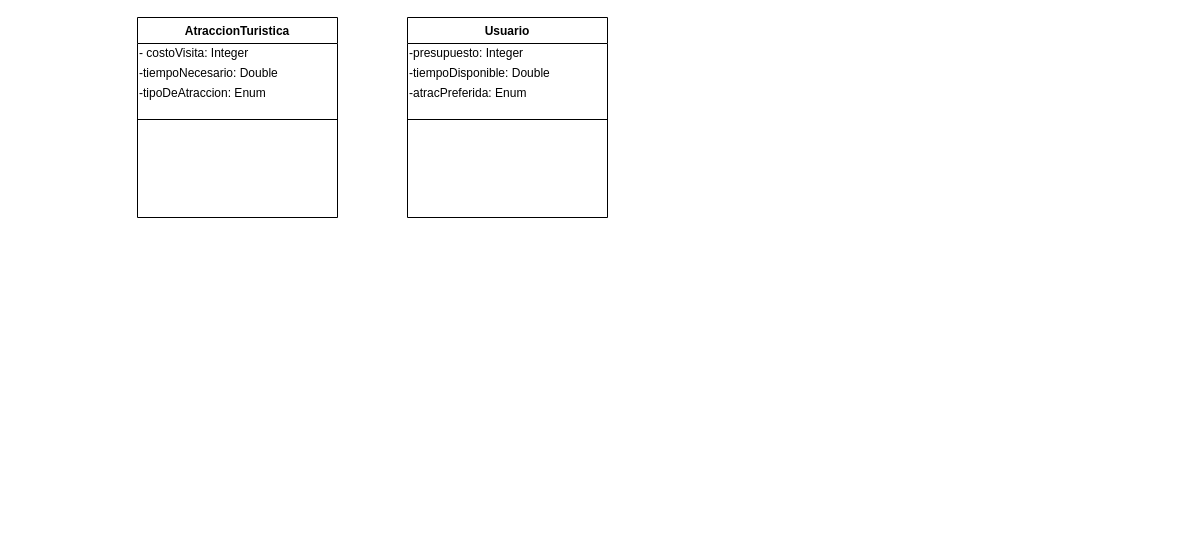
Before: ParqueDeAtracciones.drawio in daidaros08/daidaros08, a draw.io diagram. Source tidied: cells renumbered, new cells numbered last; positions are measured from the earlier drawing's top-left corner, leaving out a move shared by most shapes. Both pictures are drawn from the tidied source at 100%, with x=0, y=0 at pixel (137, 17).
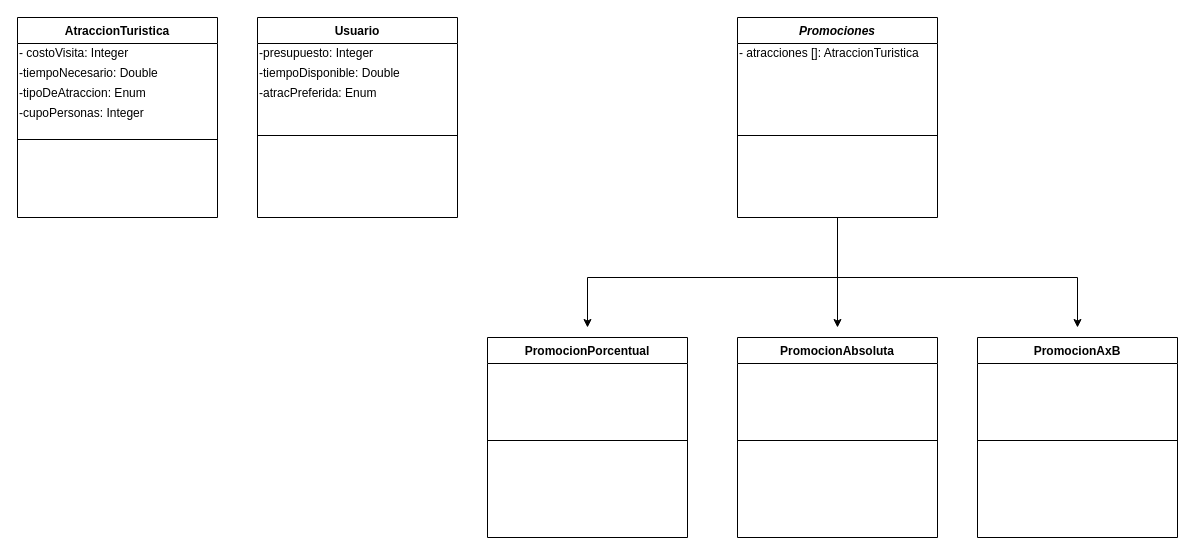
The same page after the edit.

Diff of the diagram source:
```diff
@@
     <mxCell id="2" value="AtraccionTuristica&#10;" style="swimlane;fontStyle=1;align=center;verticalAlign=top;horizontal=1;startSize=26;rounded=0;shadow=0;strokeWidth=1;fillColor=#FFFFFF;swimlaneFillColor=#ffffff;" parent="1" vertex="1">
-      <mxGeometry width="200" height="200" as="geometry" />
+      <mxGeometry x="-120" width="200" height="200" as="geometry" />
     </mxCell>
@@
+    <mxCell id="12" value="-cupoPersonas: Integer" style="text;html=1;strokeColor=none;fillColor=none;align=left;verticalAlign=middle;whiteSpace=wrap;rounded=0;" parent="2" vertex="1">
+      <mxGeometry y="86" width="200" height="20" as="geometry" />
+    </mxCell>
     <mxCell id="6" style="line;html=1;strokeWidth=1;align=left;verticalAlign=middle;spacingTop=-1;spacingLeft=3;spacingRight=3;labelPosition=right;" parent="2" vertex="1">
-      <mxGeometry y="86" width="200" height="32" as="geometry" />
+      <mxGeometry y="106" width="200" height="32" as="geometry" />
     </mxCell>
     <mxCell id="7" value="Usuario" style="swimlane;fontStyle=1;align=center;verticalAlign=top;horizontal=1;startSize=26;rounded=0;shadow=0;strokeWidth=1;fillColor=#FFFFFF;swimlaneFillColor=#ffffff;" parent="1" vertex="1">
-      <mxGeometry x="270" width="200" height="200" as="geometry" />
+      <mxGeometry x="120" width="200" height="200" as="geometry" />
     </mxCell>
@@
     <mxCell id="11" style="line;html=1;strokeWidth=1;align=left;verticalAlign=middle;spacingTop=-1;spacingLeft=3;spacingRight=3;labelPosition=right;" parent="7" vertex="1">
-      <mxGeometry y="86" width="200" height="32" as="geometry" />
+      <mxGeometry y="86" width="200" height="64" as="geometry" />
     </mxCell>
+    <mxCell id="13" style="edgeStyle=orthogonalEdgeStyle;rounded=0;jettySize=auto;html=1;exitX=0.5;exitY=1;exitDx=0;exitDy=0;" parent="1" edge="1" source="15">
+      <mxGeometry relative="1" as="geometry">
+        <mxPoint x="940" y="310" as="targetPoint" />
+        <Array as="points">
+          <mxPoint x="700" y="260" />
+          <mxPoint x="940" y="260" />
+        </Array>
+      </mxGeometry>
+    </mxCell>
+    <mxCell id="14" style="edgeStyle=orthogonalEdgeStyle;rounded=0;jettySize=auto;html=1;exitX=0.5;exitY=1;exitDx=0;exitDy=0;" parent="1" edge="1" source="15">
+      <mxGeometry relative="1" as="geometry">
+        <mxPoint x="700" y="310" as="targetPoint" />
+      </mxGeometry>
+    </mxCell>
+    <mxCell id="15" value="Promociones" style="swimlane;fontStyle=3;align=center;verticalAlign=top;horizontal=1;startSize=26;rounded=0;shadow=0;strokeWidth=1;fillColor=#FFFFFF;swimlaneFillColor=#ffffff;" parent="1" vertex="1">
+      <mxGeometry x="600" width="200" height="200" as="geometry" />
+    </mxCell>
+    <mxCell id="16" value="- atracciones []: AtraccionTuristica" style="text;html=1;strokeColor=none;fillColor=none;align=left;verticalAlign=middle;whiteSpace=wrap;rounded=0;" parent="15" vertex="1">
+      <mxGeometry y="26" width="200" height="20" as="geometry" />
+    </mxCell>
+    <mxCell id="17" style="line;html=1;strokeWidth=1;align=left;verticalAlign=middle;spacingTop=-1;spacingLeft=3;spacingRight=3;labelPosition=right;" parent="15" vertex="1">
+      <mxGeometry y="46" width="200" height="144" as="geometry" />
+    </mxCell>
+    <mxCell id="18" value="PromocionPorcentual" style="swimlane;fontStyle=1;align=center;verticalAlign=top;horizontal=1;startSize=26;rounded=0;shadow=0;strokeWidth=1;fillColor=#FFFFFF;swimlaneFillColor=#ffffff;" parent="1" vertex="1">
+      <mxGeometry x="350" y="320" width="200" height="200" as="geometry" />
+    </mxCell>
+    <mxCell id="19" style="line;html=1;strokeWidth=1;align=left;verticalAlign=middle;spacingTop=-1;spacingLeft=3;spacingRight=3;labelPosition=right;" parent="18" vertex="1">
+      <mxGeometry y="26" width="200" height="154" as="geometry" />
+    </mxCell>
+    <mxCell id="20" value="PromocionAxB" style="swimlane;fontStyle=1;align=center;verticalAlign=top;horizontal=1;startSize=26;rounded=0;shadow=0;strokeWidth=1;fillColor=#FFFFFF;swimlaneFillColor=#ffffff;" parent="1" vertex="1">
+      <mxGeometry x="840" y="320" width="200" height="200" as="geometry" />
+    </mxCell>
+    <mxCell id="21" style="line;html=1;strokeWidth=1;align=left;verticalAlign=middle;spacingTop=-1;spacingLeft=3;spacingRight=3;labelPosition=right;" parent="20" vertex="1">
+      <mxGeometry y="26" width="200" height="154" as="geometry" />
+    </mxCell>
+    <mxCell id="22" value="PromocionAbsoluta" style="swimlane;fontStyle=1;align=center;verticalAlign=top;horizontal=1;startSize=26;rounded=0;shadow=0;strokeWidth=1;fillColor=#FFFFFF;swimlaneFillColor=#ffffff;" parent="1" vertex="1">
+      <mxGeometry x="600" y="320" width="200" height="200" as="geometry" />
+    </mxCell>
+    <mxCell id="23" style="line;html=1;strokeWidth=1;align=left;verticalAlign=middle;spacingTop=-1;spacingLeft=3;spacingRight=3;labelPosition=right;" parent="22" vertex="1">
+      <mxGeometry y="26" width="200" height="154" as="geometry" />
+    </mxCell>
+    <mxCell id="24" style="edgeStyle=orthogonalEdgeStyle;rounded=0;orthogonalLoop=1;jettySize=auto;html=1;" parent="1" edge="1">
+      <mxGeometry relative="1" as="geometry">
+        <mxPoint x="700" y="250" as="sourcePoint" />
+        <mxPoint x="450" y="310" as="targetPoint" />
+        <Array as="points">
+          <mxPoint x="700" y="260" />
+          <mxPoint x="450" y="260" />
+        </Array>
+      </mxGeometry>
+    </mxCell>
```
